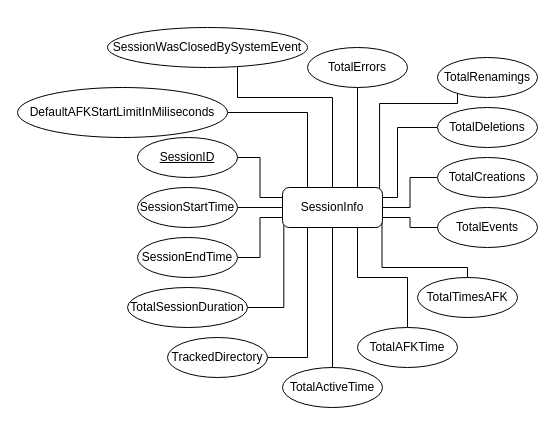
Earlier version of the draw.io diagram SQL/Archive/DB ERM.drawio (DaBATCat/Overwatch). Source tidied: cells renumbered, new cells numbered last; positions are measured from the earlier drawing's top-left corner, leaving out a move shared by most shapes. Both pictures are drawn from the tidied source at 100%, with x=0, y=0 at pixel (17, 27).
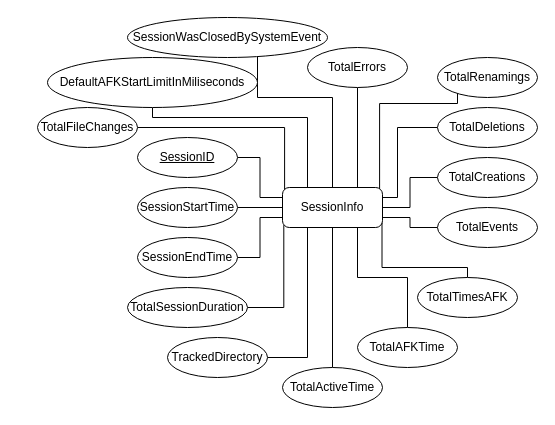
Above is the later version.

Unchanged cells that the change refers to:
```xml
<mxCell id="2" value="SessionInfo" style="rounded=1;arcSize=17;whiteSpace=wrap;html=1;align=center;" parent="1" vertex="1">
  <mxGeometry x="265" y="160" width="100" height="40" as="geometry" />
</mxCell>
```

The edit, as a diff of the source:
```diff
@@
     <mxCell id="29" style="edgeStyle=orthogonalEdgeStyle;rounded=0;jettySize=auto;html=1;endArrow=none;endFill=0;" parent="1" edge="1" source="30" target="2">
       <mxGeometry relative="1" as="geometry">
         <Array as="points">
-          <mxPoint x="220" y="70" />
+          <mxPoint x="240" y="70" />
           <mxPoint x="315" y="70" />
         </Array>
       </mxGeometry>
     </mxCell>
     <mxCell id="30" value="SessionWasClosedBySystemEvent" style="ellipse;whiteSpace=wrap;html=1;align=center;" parent="1" vertex="1">
-      <mxGeometry x="90" width="200" height="40" as="geometry" />
+      <mxGeometry x="110" y="-10" width="200" height="40" as="geometry" />
     </mxCell>
-    <mxCell id="31" style="edgeStyle=orthogonalEdgeStyle;rounded=0;jettySize=auto;html=1;entryX=0.25;entryY=0;entryDx=0;entryDy=0;endArrow=none;endFill=0;" parent="1" edge="1" source="32" target="2">
-      <mxGeometry relative="1" as="geometry" />
+    <mxCell id="31" style="edgeStyle=orthogonalEdgeStyle;rounded=0;jettySize=auto;html=1;entryX=0.25;entryY=0;entryDx=0;entryDy=0;endArrow=none;endFill=0;exitX=0.5;exitY=1;exitDx=0;exitDy=0;" parent="1" edge="1" source="32" target="2">
+      <mxGeometry relative="1" as="geometry">
+        <Array as="points">
+          <mxPoint x="135" y="90" />
+          <mxPoint x="290" y="90" />
+        </Array>
+      </mxGeometry>
     </mxCell>
     <mxCell id="32" value="DefaultAFKStartLimitInMiliseconds" style="ellipse;whiteSpace=wrap;html=1;align=center;" parent="1" vertex="1">
-      <mxGeometry y="60" width="210" height="50" as="geometry" />
+      <mxGeometry x="30" y="30" width="210" height="50" as="geometry" />
     </mxCell>
+    <mxCell id="33" style="edgeStyle=orthogonalEdgeStyle;rounded=0;jettySize=auto;html=1;exitX=1;exitY=0.5;exitDx=0;exitDy=0;entryX=0.021;entryY=0.05;entryDx=0;entryDy=0;entryPerimeter=0;endArrow=none;endFill=0;" parent="1" edge="1" source="34" target="2">
+      <mxGeometry relative="1" as="geometry" />
+    </mxCell>
+    <mxCell id="34" value="TotalFileChanges" style="ellipse;whiteSpace=wrap;html=1;align=center;" parent="1" vertex="1">
+      <mxGeometry x="20" y="80" width="100" height="40" as="geometry" />
+    </mxCell>
```
